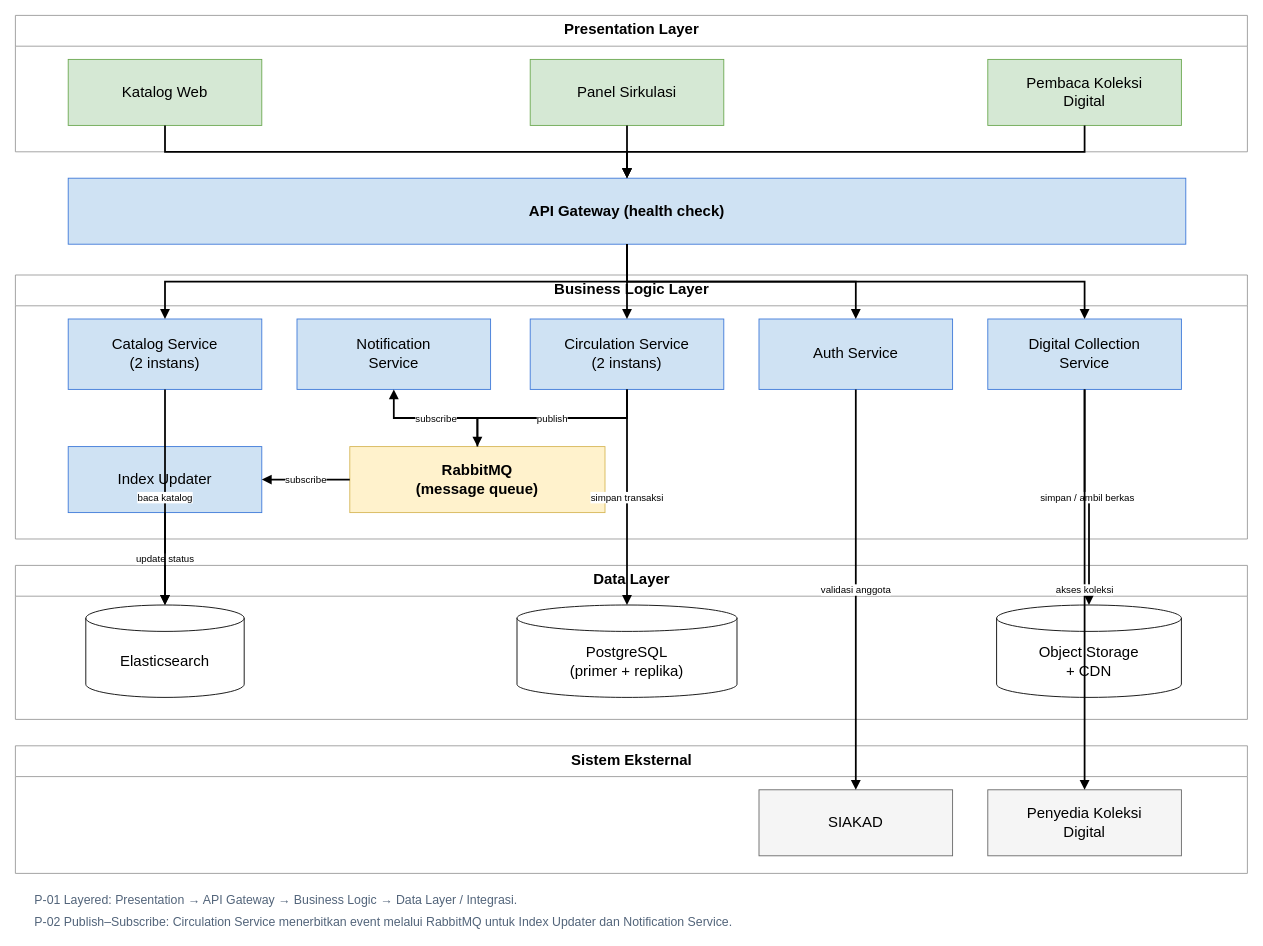
Above: uts/diagram/diagram-arsitektur.drawio in wahyuningsihsupardi-max/apl-tugas1-kelompok04 (draw.io), before the change. Source tidied: cells renumbered, new cells numbered last; positions are measured from the earlier drawing's top-left corner, leaving out a move shared by most shapes. Both pictures are drawn from the tidied source at 88%, with x=0, y=0 at pixel (15, 15).
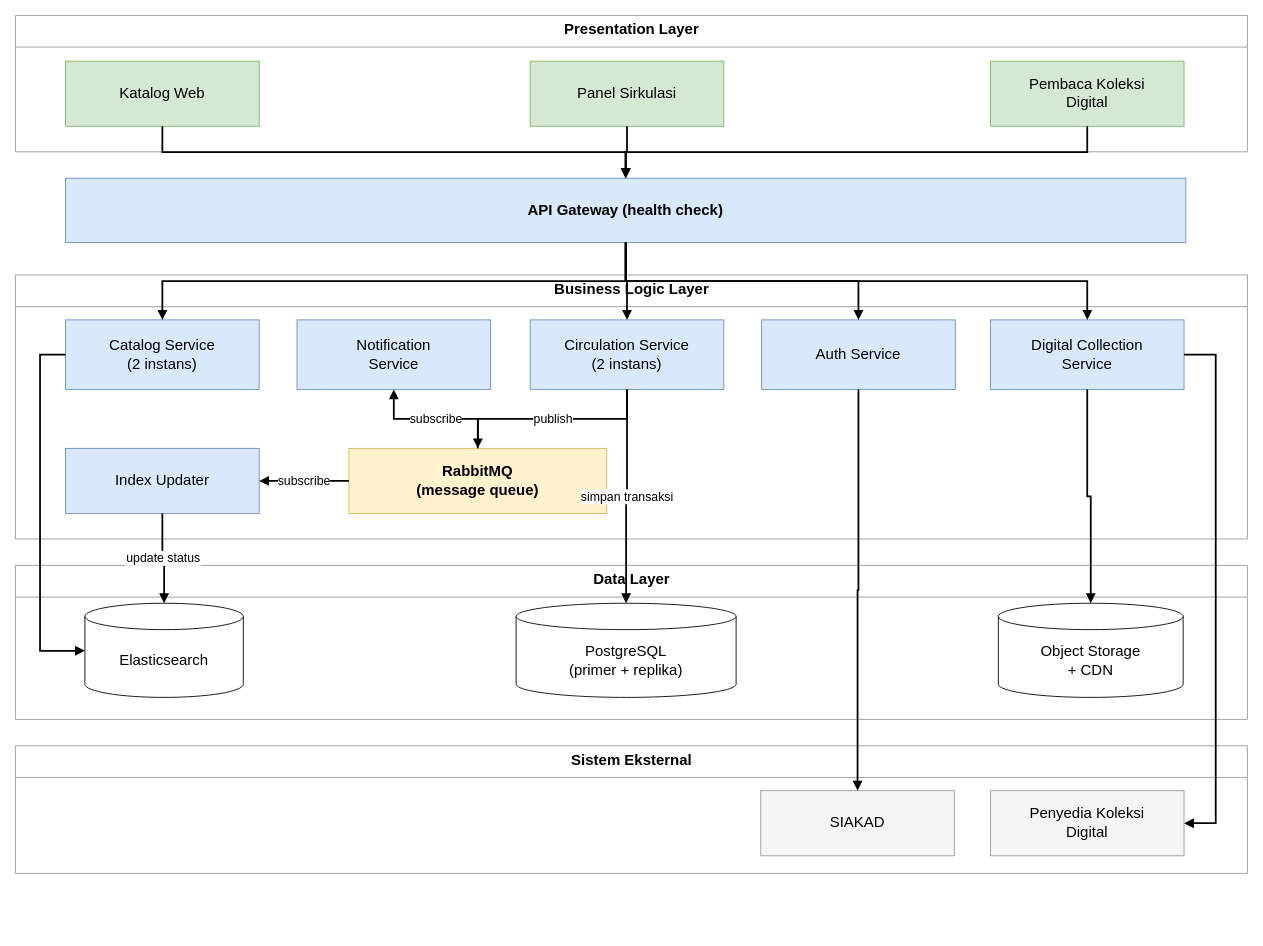
Above is the later version.

What changed in the source:
```diff
@@
-    <mxCell id="2" value="Presentation Layer" style="swimlane;html=1;startSize=35;horizontal=1;fillColor=#ffffff;swimlaneFillColor=#ffffff;strokeColor=#999999;fontStyle=1;fontSize=17;align=center;verticalAlign=top;" parent="1" vertex="1">
+    <mxCell id="2" value="Presentation Layer" style="swimlane;html=1;rounded=0;startSize=36;horizontal=1;swimlaneFillColor=#ffffff;fillColor=#ffffff;strokeColor=#999999;fontStyle=1;fontSize=17;align=center;verticalAlign=top;" parent="1" vertex="1">
       <mxGeometry width="1400" height="155" as="geometry" />
     </mxCell>
+    <mxCell id="6" value="API Gateway (health check)" style="rounded=0;whiteSpace=wrap;html=1;fillColor=#dae8fc;strokeColor=#6c8ebf;fontStyle=1;fontSize=17;align=center;verticalAlign=middle;" parent="1" vertex="1">
+      <mxGeometry x="57" y="185" width="1273" height="73" as="geometry" />
+    </mxCell>
+    <mxCell id="7" value="Business Logic Layer" style="swimlane;html=1;rounded=0;startSize=36;horizontal=1;swimlaneFillColor=#ffffff;fillColor=#ffffff;strokeColor=#999999;fontStyle=1;fontSize=17;align=center;verticalAlign=top;" parent="1" vertex="1">
+      <mxGeometry y="295" width="1400" height="300" as="geometry" />
+    </mxCell>
+    <mxCell id="15" value="Data Layer" style="swimlane;html=1;rounded=0;startSize=36;horizontal=1;swimlaneFillColor=#ffffff;fillColor=#ffffff;strokeColor=#999999;fontStyle=1;fontSize=17;align=center;verticalAlign=top;" parent="1" vertex="1">
+      <mxGeometry y="625" width="1400" height="175" as="geometry" />
+    </mxCell>
+    <mxCell id="19" value="Sistem Eksternal" style="swimlane;html=1;rounded=0;startSize=36;horizontal=1;swimlaneFillColor=#ffffff;fillColor=#ffffff;strokeColor=#999999;fontStyle=1;fontSize=17;align=center;verticalAlign=top;" parent="1" vertex="1">
+      <mxGeometry y="830" width="1400" height="145" as="geometry" />
+    </mxCell>
-    <mxCell id="3" value="Katalog Web" style="rounded=0;whiteSpace=wrap;html=1;fillColor=#d5e8d4;strokeColor=#6aa84f;fontSize=17;align=center;verticalAlign=middle;" parent="1" vertex="1">
-      <mxGeometry x="60" y="50" width="220" height="75" as="geometry" />
+    <mxCell id="3" value="Katalog Web" style="rounded=0;whiteSpace=wrap;html=1;fillColor=#d5e8d4;strokeColor=#82b366;fontSize=17;align=center;verticalAlign=middle;" parent="1" vertex="1">
+      <mxGeometry x="57" y="52" width="220" height="74" as="geometry" />
     </mxCell>
-    <mxCell id="4" value="Panel Sirkulasi" style="rounded=0;whiteSpace=wrap;html=1;fillColor=#d5e8d4;strokeColor=#6aa84f;fontSize=17;align=center;verticalAlign=middle;" parent="1" vertex="1">
-      <mxGeometry x="585" y="50" width="220" height="75" as="geometry" />
+    <mxCell id="4" value="Panel Sirkulasi" style="rounded=0;whiteSpace=wrap;html=1;fillColor=#d5e8d4;strokeColor=#82b366;fontSize=17;align=center;verticalAlign=middle;" parent="1" vertex="1">
+      <mxGeometry x="585" y="52" width="220" height="74" as="geometry" />
     </mxCell>
-    <mxCell id="5" value="Pembaca Koleksi&lt;br&gt;Digital" style="rounded=0;whiteSpace=wrap;html=1;fillColor=#d5e8d4;strokeColor=#6aa84f;fontSize=17;align=center;verticalAlign=middle;" parent="1" vertex="1">
-      <mxGeometry x="1105" y="50" width="220" height="75" as="geometry" />
+    <mxCell id="5" value="Pembaca Koleksi&#10;Digital" style="rounded=0;whiteSpace=wrap;html=1;fillColor=#d5e8d4;strokeColor=#82b366;fontSize=17;align=center;verticalAlign=middle;" parent="1" vertex="1">
+      <mxGeometry x="1108" y="52" width="220" height="74" as="geometry" />
     </mxCell>
-    <mxCell id="6" value="API Gateway (health check)" style="rounded=0;whiteSpace=wrap;html=1;fillColor=#cfe2f3;strokeColor=#3c78d8;fontStyle=1;fontSize=17;align=center;verticalAlign=middle;" parent="1" vertex="1">
-      <mxGeometry x="60" y="185" width="1270" height="75" as="geometry" />
-    </mxCell>
-    <mxCell id="7" value="Business Logic Layer" style="swimlane;html=1;startSize=35;horizontal=1;fillColor=#ffffff;swimlaneFillColor=#ffffff;strokeColor=#999999;fontStyle=1;fontSize=17;align=center;verticalAlign=top;" parent="1" vertex="1">
-      <mxGeometry y="295" width="1400" height="300" as="geometry" />
-    </mxCell>
-    <mxCell id="8" value="Catalog Service&lt;br&gt;(2 instans)" style="rounded=0;whiteSpace=wrap;html=1;fillColor=#cfe2f3;strokeColor=#3c78d8;fontSize=17;align=center;verticalAlign=middle;" parent="1" vertex="1">
-      <mxGeometry x="60" y="345" width="220" height="80" as="geometry" />
+    <mxCell id="8" value="Catalog Service&#10;(2 instans)" style="rounded=0;whiteSpace=wrap;html=1;fillColor=#dae8fc;strokeColor=#6c8ebf;fontSize=17;align=center;verticalAlign=middle;" parent="1" vertex="1">
+      <mxGeometry x="57" y="346" width="220" height="79" as="geometry" />
     </mxCell>
-    <mxCell id="9" value="Notification&lt;br&gt;Service" style="rounded=0;whiteSpace=wrap;html=1;fillColor=#cfe2f3;strokeColor=#3c78d8;fontSize=17;align=center;verticalAlign=middle;" parent="1" vertex="1">
-      <mxGeometry x="320" y="345" width="220" height="80" as="geometry" />
+    <mxCell id="9" value="Notification&#10;Service" style="rounded=0;whiteSpace=wrap;html=1;fillColor=#dae8fc;strokeColor=#6c8ebf;fontSize=17;align=center;verticalAlign=middle;" parent="1" vertex="1">
+      <mxGeometry x="320" y="346" width="220" height="79" as="geometry" />
     </mxCell>
-    <mxCell id="10" value="Circulation Service&lt;br&gt;(2 instans)" style="rounded=0;whiteSpace=wrap;html=1;fillColor=#cfe2f3;strokeColor=#3c78d8;fontSize=17;align=center;verticalAlign=middle;" parent="1" vertex="1">
-      <mxGeometry x="585" y="345" width="220" height="80" as="geometry" />
+    <mxCell id="10" value="Circulation Service&#10;(2 instans)" style="rounded=0;whiteSpace=wrap;html=1;fillColor=#dae8fc;strokeColor=#6c8ebf;fontSize=17;align=center;verticalAlign=middle;" parent="1" vertex="1">
+      <mxGeometry x="585" y="346" width="220" height="79" as="geometry" />
     </mxCell>
-    <mxCell id="11" value="Auth Service" style="rounded=0;whiteSpace=wrap;html=1;fillColor=#cfe2f3;strokeColor=#3c78d8;fontSize=17;align=center;verticalAlign=middle;" parent="1" vertex="1">
-      <mxGeometry x="845" y="345" width="220" height="80" as="geometry" />
+    <mxCell id="11" value="Auth Service" style="rounded=0;whiteSpace=wrap;html=1;fillColor=#dae8fc;strokeColor=#6c8ebf;fontSize=17;align=center;verticalAlign=middle;" parent="1" vertex="1">
+      <mxGeometry x="848" y="346" width="220" height="79" as="geometry" />
     </mxCell>
-    <mxCell id="12" value="Digital Collection&lt;br&gt;Service" style="rounded=0;whiteSpace=wrap;html=1;fillColor=#cfe2f3;strokeColor=#3c78d8;fontSize=17;align=center;verticalAlign=middle;" parent="1" vertex="1">
-      <mxGeometry x="1105" y="345" width="220" height="80" as="geometry" />
+    <mxCell id="12" value="Digital Collection&#10;Service" style="rounded=0;whiteSpace=wrap;html=1;fillColor=#dae8fc;strokeColor=#6c8ebf;fontSize=17;align=center;verticalAlign=middle;" parent="1" vertex="1">
+      <mxGeometry x="1108" y="346" width="220" height="79" as="geometry" />
     </mxCell>
-    <mxCell id="13" value="Index Updater" style="rounded=0;whiteSpace=wrap;html=1;fillColor=#cfe2f3;strokeColor=#3c78d8;fontSize=17;align=center;verticalAlign=middle;" parent="1" vertex="1">
-      <mxGeometry x="60" y="490" width="220" height="75" as="geometry" />
+    <mxCell id="13" value="Index Updater" style="rounded=0;whiteSpace=wrap;html=1;fillColor=#dae8fc;strokeColor=#6c8ebf;fontSize=17;align=center;verticalAlign=middle;" parent="1" vertex="1">
+      <mxGeometry x="57" y="492" width="220" height="74" as="geometry" />
     </mxCell>
-    <mxCell id="14" value="RabbitMQ&lt;br&gt;(message queue)" style="rounded=0;whiteSpace=wrap;html=1;fillColor=#fff2cc;strokeColor=#d6b656;fontStyle=1;fontSize=17;align=center;verticalAlign=middle;" parent="1" vertex="1">
-      <mxGeometry x="380" y="490" width="290" height="75" as="geometry" />
+    <mxCell id="14" value="RabbitMQ&#10;(message queue)" style="rounded=0;whiteSpace=wrap;html=1;fillColor=#fff2cc;strokeColor=#d6b656;fontStyle=1;fontSize=17;align=center;verticalAlign=middle;" parent="1" vertex="1">
+      <mxGeometry x="379" y="492" width="293" height="74" as="geometry" />
     </mxCell>
-    <mxCell id="15" value="Data Layer" style="swimlane;html=1;startSize=35;horizontal=1;fillColor=#ffffff;swimlaneFillColor=#ffffff;strokeColor=#999999;fontStyle=1;fontSize=17;align=center;verticalAlign=top;" parent="1" vertex="1">
-      <mxGeometry y="625" width="1400" height="175" as="geometry" />
-    </mxCell>
     <mxCell id="16" value="Elasticsearch" style="shape=cylinder3;whiteSpace=wrap;html=1;boundedLbl=1;backgroundOutline=1;size=15;fillColor=#ffffff;strokeColor=#000000;fontSize=17;align=center;verticalAlign=middle;" parent="1" vertex="1">
-      <mxGeometry x="80" y="670" width="180" height="105" as="geometry" />
+      <mxGeometry x="79" y="668" width="180" height="107" as="geometry" />
     </mxCell>
-    <mxCell id="17" value="PostgreSQL&lt;br&gt;(primer + replika)" style="shape=cylinder3;whiteSpace=wrap;html=1;boundedLbl=1;backgroundOutline=1;size=15;fillColor=#ffffff;strokeColor=#000000;fontSize=17;align=center;verticalAlign=middle;" parent="1" vertex="1">
-      <mxGeometry x="570" y="670" width="250" height="105" as="geometry" />
+    <mxCell id="17" value="PostgreSQL&#10;(primer + replika)" style="shape=cylinder3;whiteSpace=wrap;html=1;boundedLbl=1;backgroundOutline=1;size=15;fillColor=#ffffff;strokeColor=#000000;fontSize=17;align=center;verticalAlign=middle;" parent="1" vertex="1">
+      <mxGeometry x="569" y="668" width="250" height="107" as="geometry" />
     </mxCell>
-    <mxCell id="18" value="Object Storage&lt;br&gt;+ CDN" style="shape=cylinder3;whiteSpace=wrap;html=1;boundedLbl=1;backgroundOutline=1;size=15;fillColor=#ffffff;strokeColor=#000000;fontSize=17;align=center;verticalAlign=middle;" parent="1" vertex="1">
-      <mxGeometry x="1115" y="670" width="210" height="105" as="geometry" />
+    <mxCell id="18" value="Object Storage&#10;+ CDN" style="shape=cylinder3;whiteSpace=wrap;html=1;boundedLbl=1;backgroundOutline=1;size=15;fillColor=#ffffff;strokeColor=#000000;fontSize=17;align=center;verticalAlign=middle;" parent="1" vertex="1">
+      <mxGeometry x="1117" y="668" width="210" height="107" as="geometry" />
     </mxCell>
-    <mxCell id="19" value="Sistem Eksternal" style="swimlane;html=1;startSize=35;horizontal=1;fillColor=#ffffff;swimlaneFillColor=#ffffff;strokeColor=#999999;fontStyle=1;fontSize=17;align=center;verticalAlign=top;" parent="1" vertex="1">
-      <mxGeometry y="830" width="1400" height="145" as="geometry" />
-    </mxCell>
-    <mxCell id="20" value="SIAKAD" style="rounded=0;whiteSpace=wrap;html=1;fillColor=#f5f5f5;strokeColor=#666666;fontSize=17;align=center;verticalAlign=middle;" parent="1" vertex="1">
-      <mxGeometry x="845" y="880" width="220" height="75" as="geometry" />
+    <mxCell id="20" value="SIAKAD" style="rounded=0;whiteSpace=wrap;html=1;fillColor=#f5f5f5;strokeColor=#999999;fontSize=17;align=center;verticalAlign=middle;" parent="1" vertex="1">
+      <mxGeometry x="847" y="881" width="220" height="74" as="geometry" />
     </mxCell>
-    <mxCell id="21" value="Penyedia Koleksi&lt;br&gt;Digital" style="rounded=0;whiteSpace=wrap;html=1;fillColor=#f5f5f5;strokeColor=#666666;fontSize=17;align=center;verticalAlign=middle;" parent="1" vertex="1">
-      <mxGeometry x="1105" y="880" width="220" height="75" as="geometry" />
+    <mxCell id="21" value="Penyedia Koleksi&#10;Digital" style="rounded=0;whiteSpace=wrap;html=1;fillColor=#f5f5f5;strokeColor=#999999;fontSize=17;align=center;verticalAlign=middle;" parent="1" vertex="1">
+      <mxGeometry x="1108" y="881" width="220" height="74" as="geometry" />
     </mxCell>
-    <mxCell id="22" style="edgeStyle=orthogonalEdgeStyle;rounded=0;html=1;endArrow=block;endFill=1;strokeWidth=2;" parent="1" edge="1" source="3" target="6">
+    <mxCell id="22" style="edgeStyle=orthogonalEdgeStyle;rounded=0;html=1;jettySize=auto;strokeWidth=2;strokeColor=#000000;endArrow=block;endFill=1;" parent="1" edge="1" source="3" target="6">
       <mxGeometry relative="1" as="geometry" />
     </mxCell>
-    <mxCell id="23" style="edgeStyle=orthogonalEdgeStyle;rounded=0;html=1;endArrow=block;endFill=1;strokeWidth=2;" parent="1" edge="1" source="4" target="6">
+    <mxCell id="23" style="edgeStyle=orthogonalEdgeStyle;rounded=0;html=1;jettySize=auto;strokeWidth=2;strokeColor=#000000;endArrow=block;endFill=1;" parent="1" edge="1" source="4" target="6">
       <mxGeometry relative="1" as="geometry" />
     </mxCell>
-    <mxCell id="24" style="edgeStyle=orthogonalEdgeStyle;rounded=0;html=1;endArrow=block;endFill=1;strokeWidth=2;" parent="1" edge="1" source="5" target="6">
+    <mxCell id="24" style="edgeStyle=orthogonalEdgeStyle;rounded=0;html=1;jettySize=auto;strokeWidth=2;strokeColor=#000000;endArrow=block;endFill=1;" parent="1" edge="1" source="5" target="6">
       <mxGeometry relative="1" as="geometry" />
     </mxCell>
-    <mxCell id="25" style="edgeStyle=orthogonalEdgeStyle;rounded=0;html=1;endArrow=block;endFill=1;strokeWidth=2;" parent="1" edge="1" source="6" target="8">
+    <mxCell id="25" style="edgeStyle=orthogonalEdgeStyle;rounded=0;html=1;jettySize=auto;strokeWidth=2;strokeColor=#000000;endArrow=block;endFill=1;" parent="1" edge="1" source="6" target="8">
       <mxGeometry relative="1" as="geometry" />
     </mxCell>
-    <mxCell id="26" style="edgeStyle=orthogonalEdgeStyle;rounded=0;html=1;endArrow=block;endFill=1;strokeWidth=2;" parent="1" edge="1" source="6" target="10">
+    <mxCell id="26" style="edgeStyle=orthogonalEdgeStyle;rounded=0;html=1;jettySize=auto;strokeWidth=2;strokeColor=#000000;endArrow=block;endFill=1;" parent="1" edge="1" source="6" target="10">
       <mxGeometry relative="1" as="geometry" />
     </mxCell>
-    <mxCell id="27" style="edgeStyle=orthogonalEdgeStyle;rounded=0;html=1;endArrow=block;endFill=1;strokeWidth=2;" parent="1" edge="1" source="6" target="11">
+    <mxCell id="27" style="edgeStyle=orthogonalEdgeStyle;rounded=0;html=1;jettySize=auto;strokeWidth=2;strokeColor=#000000;endArrow=block;endFill=1;" parent="1" edge="1" source="6" target="11">
       <mxGeometry relative="1" as="geometry" />
     </mxCell>
-    <mxCell id="28" style="edgeStyle=orthogonalEdgeStyle;rounded=0;html=1;endArrow=block;endFill=1;strokeWidth=2;" parent="1" edge="1" source="6" target="12">
+    <mxCell id="28" style="edgeStyle=orthogonalEdgeStyle;rounded=0;html=1;jettySize=auto;strokeWidth=2;strokeColor=#000000;endArrow=block;endFill=1;" parent="1" edge="1" source="6" target="12">
       <mxGeometry relative="1" as="geometry" />
     </mxCell>
-    <mxCell id="29" value="publish" style="edgeStyle=orthogonalEdgeStyle;rounded=0;html=1;endArrow=block;endFill=1;strokeWidth=2;" parent="1" edge="1" source="10" target="14">
+    <mxCell id="29" value="publish" style="edgeStyle=orthogonalEdgeStyle;rounded=0;html=1;jettySize=auto;strokeWidth=2;strokeColor=#000000;endArrow=block;endFill=1;fontSize=14;" parent="1" edge="1" source="10" target="14">
       <mxGeometry relative="1" as="geometry" />
     </mxCell>
-    <mxCell id="30" value="subscribe" style="edgeStyle=orthogonalEdgeStyle;rounded=0;html=1;endArrow=block;endFill=1;strokeWidth=2;" parent="1" edge="1" source="14" target="9">
+    <mxCell id="30" value="subscribe" style="edgeStyle=orthogonalEdgeStyle;rounded=0;html=1;jettySize=auto;strokeWidth=2;strokeColor=#000000;endArrow=block;endFill=1;fontSize=14;" parent="1" edge="1" source="14" target="9">
       <mxGeometry relative="1" as="geometry" />
     </mxCell>
-    <mxCell id="31" value="subscribe" style="edgeStyle=orthogonalEdgeStyle;rounded=0;html=1;endArrow=block;endFill=1;strokeWidth=2;" parent="1" edge="1" source="14" target="13">
+    <mxCell id="31" value="subscribe" style="edgeStyle=orthogonalEdgeStyle;rounded=0;html=1;jettySize=auto;strokeWidth=2;strokeColor=#000000;endArrow=block;endFill=1;fontSize=14;" parent="1" edge="1" source="14" target="13">
       <mxGeometry relative="1" as="geometry" />
     </mxCell>
-    <mxCell id="32" value="update status" style="edgeStyle=orthogonalEdgeStyle;rounded=0;html=1;endArrow=block;endFill=1;strokeWidth=2;" parent="1" edge="1" source="13" target="16">
+    <mxCell id="32" value="update status" style="edgeStyle=orthogonalEdgeStyle;rounded=0;html=1;jettySize=auto;strokeWidth=2;strokeColor=#000000;endArrow=block;endFill=1;fontSize=14;" parent="1" edge="1" source="13" target="16">
       <mxGeometry relative="1" as="geometry" />
     </mxCell>
-    <mxCell id="33" value="baca katalog" style="edgeStyle=orthogonalEdgeStyle;rounded=0;html=1;endArrow=block;endFill=1;strokeWidth=2;" parent="1" edge="1" source="8" target="16">
-      <mxGeometry relative="1" as="geometry" />
+    <mxCell id="33" style="edgeStyle=orthogonalEdgeStyle;rounded=0;html=1;jettySize=auto;strokeWidth=2;strokeColor=#000000;endArrow=block;endFill=1;" parent="1" edge="1" source="8" target="16">
+      <mxGeometry relative="1" as="geometry">
+        <Array as="points">
+          <mxPoint x="28" y="386" />
+          <mxPoint x="28" y="722" />
+        </Array>
+      </mxGeometry>
     </mxCell>
-    <mxCell id="34" value="simpan transaksi" style="edgeStyle=orthogonalEdgeStyle;rounded=0;html=1;endArrow=block;endFill=1;strokeWidth=2;" parent="1" edge="1" source="10" target="17">
+    <mxCell id="34" value="simpan transaksi" style="edgeStyle=orthogonalEdgeStyle;rounded=0;html=1;jettySize=auto;strokeWidth=2;strokeColor=#000000;endArrow=block;endFill=1;fontSize=14;" parent="1" edge="1" source="10" target="17">
       <mxGeometry relative="1" as="geometry" />
     </mxCell>
-    <mxCell id="35" value="simpan / ambil berkas" style="edgeStyle=orthogonalEdgeStyle;rounded=0;html=1;endArrow=block;endFill=1;strokeWidth=2;" parent="1" edge="1" source="12" target="18">
+    <mxCell id="35" style="edgeStyle=orthogonalEdgeStyle;rounded=0;html=1;jettySize=auto;strokeWidth=2;strokeColor=#000000;endArrow=block;endFill=1;" parent="1" edge="1" source="12" target="18">
       <mxGeometry relative="1" as="geometry" />
     </mxCell>
-    <mxCell id="36" value="validasi anggota" style="edgeStyle=orthogonalEdgeStyle;rounded=0;html=1;endArrow=block;endFill=1;strokeWidth=2;" parent="1" edge="1" source="11" target="20">
+    <mxCell id="36" style="edgeStyle=orthogonalEdgeStyle;rounded=0;html=1;jettySize=auto;strokeWidth=2;strokeColor=#000000;endArrow=block;endFill=1;" parent="1" edge="1" source="11" target="20">
       <mxGeometry relative="1" as="geometry" />
     </mxCell>
-    <mxCell id="37" value="akses koleksi" style="edgeStyle=orthogonalEdgeStyle;rounded=0;html=1;endArrow=block;endFill=1;strokeWidth=2;" parent="1" edge="1" source="12" target="21">
-      <mxGeometry relative="1" as="geometry" />
+    <mxCell id="37" style="edgeStyle=orthogonalEdgeStyle;rounded=0;html=1;jettySize=auto;strokeWidth=2;strokeColor=#000000;endArrow=block;endFill=1;" parent="1" edge="1" source="12" target="21">
+      <mxGeometry relative="1" as="geometry">
+        <Array as="points">
+          <mxPoint x="1364" y="386" />
+          <mxPoint x="1364" y="918" />
+        </Array>
+      </mxGeometry>
     </mxCell>
-    <mxCell id="38" value="P-01 Layered: Presentation → API Gateway → Business Logic → Data Layer / Integrasi." style="text;html=1;whiteSpace=wrap;align=left;fontSize=14;fontColor=#52647a;" parent="1" vertex="1">
-      <mxGeometry x="20" y="990" width="1380" height="25" as="geometry" />
-    </mxCell>
-    <mxCell id="39" value="P-02 Publish–Subscribe: Circulation Service menerbitkan event melalui RabbitMQ untuk Index Updater dan Notification Service." style="text;html=1;whiteSpace=wrap;align=left;fontSize=14;fontColor=#52647a;" parent="1" vertex="1">
-      <mxGeometry x="20" y="1015" width="1380" height="25" as="geometry" />
-    </mxCell>
```
